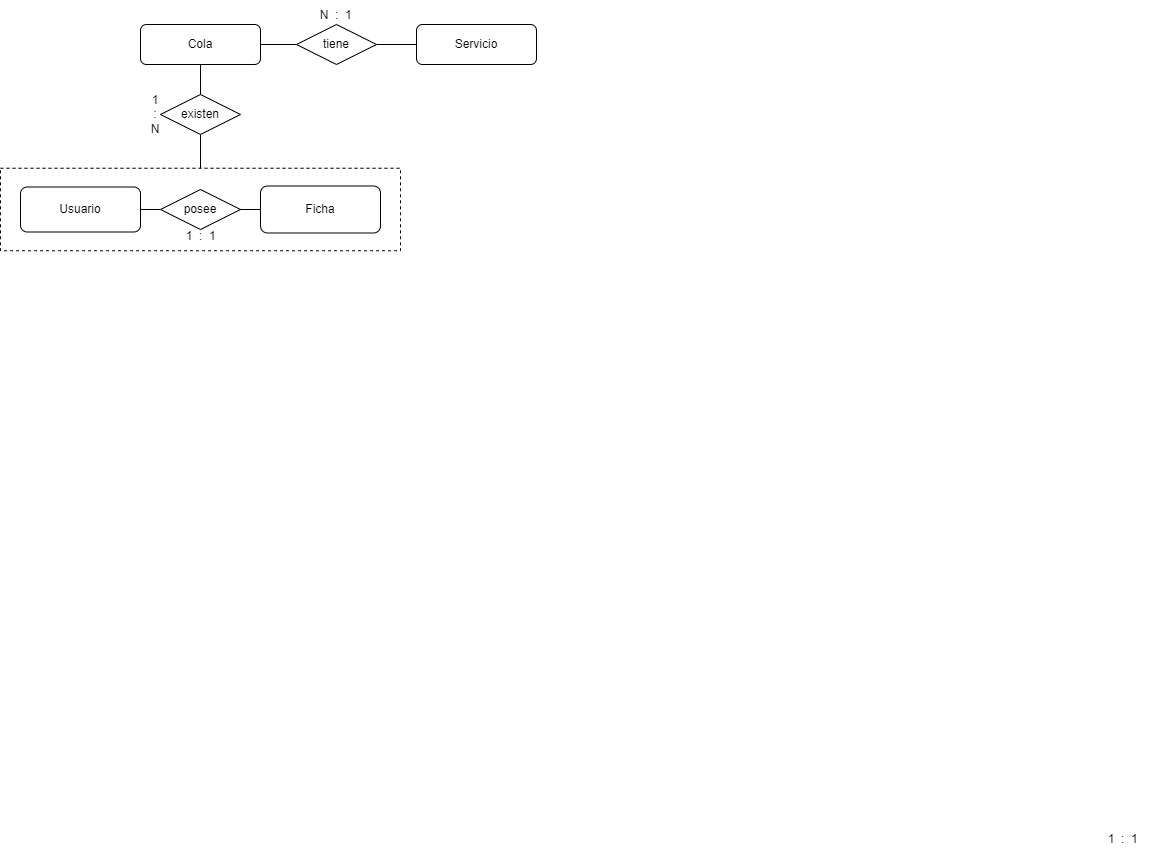
Above: img/DB_API.png in coderoycc/api-2 (draw.io), before the change. Source tidied: cells renumbered, new cells last; positions are measured from the earlier drawing's top-left corner, leaving out a move shared by most shapes. Source of this version:
```xml
<mxGraphModel>
  <root>
    <mxCell id="0" />
    <mxCell id="1" parent="0" />
    <mxCell id="2" style="rounded=0;whiteSpace=wrap;html=1;fillStyle=hatch;dashed=1;" parent="1" vertex="1">
      <mxGeometry y="167.8" width="400" height="82.5" as="geometry" />
    </mxCell>
    <mxCell id="3" style="edgeStyle=orthogonalEdgeStyle;rounded=0;jettySize=auto;html=1;exitX=0;exitY=0.5;exitDx=0;exitDy=0;entryX=1;entryY=0.5;entryDx=0;entryDy=0;endArrow=none;endFill=0;" parent="1" edge="1" source="4" target="8">
      <mxGeometry relative="1" as="geometry" />
    </mxCell>
    <mxCell id="4" value="Servicio" style="rounded=1;whiteSpace=wrap;html=1;" parent="1" vertex="1">
      <mxGeometry x="416" y="24" width="120" height="40" as="geometry" />
    </mxCell>
    <mxCell id="5" style="edgeStyle=orthogonalEdgeStyle;rounded=0;jettySize=auto;html=1;exitX=0.5;exitY=1;exitDx=0;exitDy=0;entryX=0.5;entryY=0;entryDx=0;entryDy=0;endArrow=none;endFill=0;" parent="1" edge="1" source="6" target="10">
      <mxGeometry relative="1" as="geometry" />
    </mxCell>
    <mxCell id="6" value="Cola" style="rounded=1;whiteSpace=wrap;html=1;" parent="1" vertex="1">
      <mxGeometry x="140" y="24" width="120" height="40" as="geometry" />
    </mxCell>
    <mxCell id="7" style="edgeStyle=orthogonalEdgeStyle;rounded=0;jettySize=auto;html=1;exitX=0;exitY=0.5;exitDx=0;exitDy=0;entryX=1;entryY=0.5;entryDx=0;entryDy=0;endArrow=none;endFill=0;" parent="1" edge="1" source="8" target="6">
      <mxGeometry relative="1" as="geometry" />
    </mxCell>
    <mxCell id="8" value="tiene" style="rhombus;whiteSpace=wrap;html=1;" parent="1" vertex="1">
      <mxGeometry x="296" y="24" width="80" height="40" as="geometry" />
    </mxCell>
    <mxCell id="9" style="edgeStyle=orthogonalEdgeStyle;rounded=0;jettySize=auto;html=1;exitX=0.5;exitY=1;exitDx=0;exitDy=0;entryX=0.5;entryY=0;entryDx=0;entryDy=0;endArrow=none;endFill=0;" parent="1" edge="1" source="10" target="2">
      <mxGeometry relative="1" as="geometry" />
    </mxCell>
    <mxCell id="10" value="existen" style="rhombus;whiteSpace=wrap;html=1;" parent="1" vertex="1">
      <mxGeometry x="160" y="94" width="80" height="40" as="geometry" />
    </mxCell>
    <mxCell id="11" style="edgeStyle=orthogonalEdgeStyle;rounded=0;orthogonalLoop=1;jettySize=auto;html=1;exitX=0.5;exitY=1;exitDx=0;exitDy=0;" parent="1" edge="1" source="10" target="10">
      <mxGeometry relative="1" as="geometry" />
    </mxCell>
    <mxCell id="12" value="N&amp;nbsp; :&amp;nbsp; 1&amp;nbsp;&amp;nbsp;" style="text;html=1;strokeColor=none;fillColor=none;align=center;verticalAlign=middle;whiteSpace=wrap;rounded=0;" parent="1" vertex="1">
      <mxGeometry x="309" width="60" height="30" as="geometry" />
    </mxCell>
    <mxCell id="13" style="edgeStyle=orthogonalEdgeStyle;rounded=0;jettySize=auto;html=1;exitX=0;exitY=0.5;exitDx=0;exitDy=0;entryX=1;entryY=0.5;entryDx=0;entryDy=0;endArrow=none;endFill=0;" parent="1" edge="1" source="14" target="15">
      <mxGeometry relative="1" as="geometry" />
    </mxCell>
    <mxCell id="14" value="posee" style="rhombus;whiteSpace=wrap;html=1;" parent="1" vertex="1">
      <mxGeometry x="160" y="189" width="80" height="40" as="geometry" />
    </mxCell>
    <mxCell id="15" value="Usuario" style="rounded=1;whiteSpace=wrap;html=1;" parent="1" vertex="1">
      <mxGeometry x="20" y="186.5" width="120" height="45" as="geometry" />
    </mxCell>
    <mxCell id="16" value="1&lt;br&gt;:&lt;br&gt;N" style="text;html=1;strokeColor=none;fillColor=none;align=center;verticalAlign=middle;whiteSpace=wrap;rounded=0;" parent="1" vertex="1">
      <mxGeometry x="140" y="79" width="30" height="70" as="geometry" />
    </mxCell>
    <mxCell id="17" style="edgeStyle=orthogonalEdgeStyle;rounded=0;jettySize=auto;html=1;exitX=0;exitY=0.5;exitDx=0;exitDy=0;entryX=1;entryY=0.5;entryDx=0;entryDy=0;endArrow=none;endFill=0;" parent="1" edge="1" source="18" target="14">
      <mxGeometry relative="1" as="geometry" />
    </mxCell>
    <mxCell id="18" value="Ficha" style="rounded=1;whiteSpace=wrap;html=1;" parent="1" vertex="1">
      <mxGeometry x="260" y="185.5" width="120" height="47" as="geometry" />
    </mxCell>
    <mxCell id="19" value="1&amp;nbsp; :&amp;nbsp; 1&amp;nbsp;&amp;nbsp;" style="text;html=1;strokeColor=none;fillColor=none;align=center;verticalAlign=middle;whiteSpace=wrap;rounded=0;" parent="1" vertex="1">
      <mxGeometry x="1096" y="824" width="60" height="30" as="geometry" />
    </mxCell>
    <mxCell id="20" value="1&amp;nbsp; :&amp;nbsp; 1&amp;nbsp;&amp;nbsp;" style="text;html=1;strokeColor=none;fillColor=none;align=center;verticalAlign=middle;whiteSpace=wrap;rounded=0;" parent="1" vertex="1">
      <mxGeometry x="174" y="221.2" width="60" height="30" as="geometry" />
    </mxCell>
  </root>
</mxGraphModel>
```
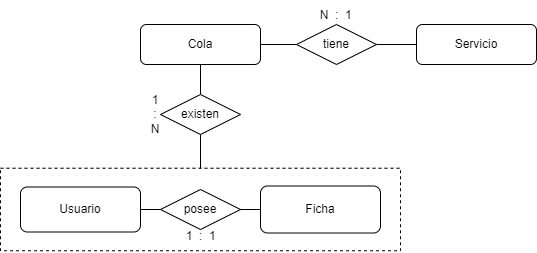
After the commit.

Change to the diagram source:
```diff
@@ -53,9 +53,6 @@
     <mxCell id="18" value="Ficha" style="rounded=1;whiteSpace=wrap;html=1;" parent="1" vertex="1">
       <mxGeometry x="260" y="185.5" width="120" height="47" as="geometry" />
     </mxCell>
-    <mxCell id="19" value="1&amp;nbsp; :&amp;nbsp; 1&amp;nbsp;&amp;nbsp;" style="text;html=1;strokeColor=none;fillColor=none;align=center;verticalAlign=middle;whiteSpace=wrap;rounded=0;" parent="1" vertex="1">
-      <mxGeometry x="1096" y="824" width="60" height="30" as="geometry" />
-    </mxCell>
     <mxCell id="20" value="1&amp;nbsp; :&amp;nbsp; 1&amp;nbsp;&amp;nbsp;" style="text;html=1;strokeColor=none;fillColor=none;align=center;verticalAlign=middle;whiteSpace=wrap;rounded=0;" parent="1" vertex="1">
       <mxGeometry x="174" y="221.2" width="60" height="30" as="geometry" />
     </mxCell>
```
